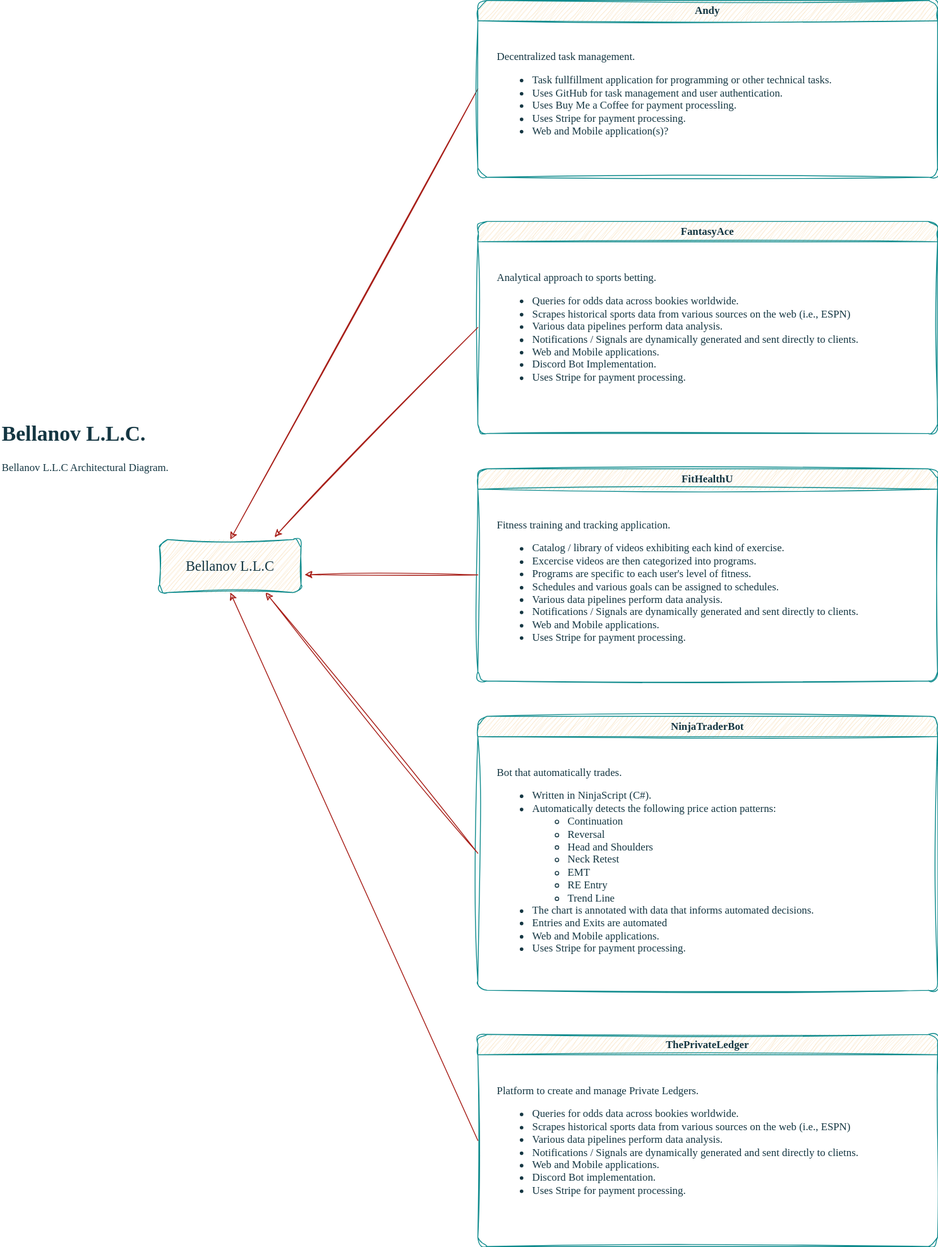
Earlier version of the draw.io export diagrams/Architecture.svg (bellanov/bellanov-llc). Source tidied: cells renumbered, new cells last; positions are measured from the earlier drawing's top-left corner, leaving out a move shared by most shapes.
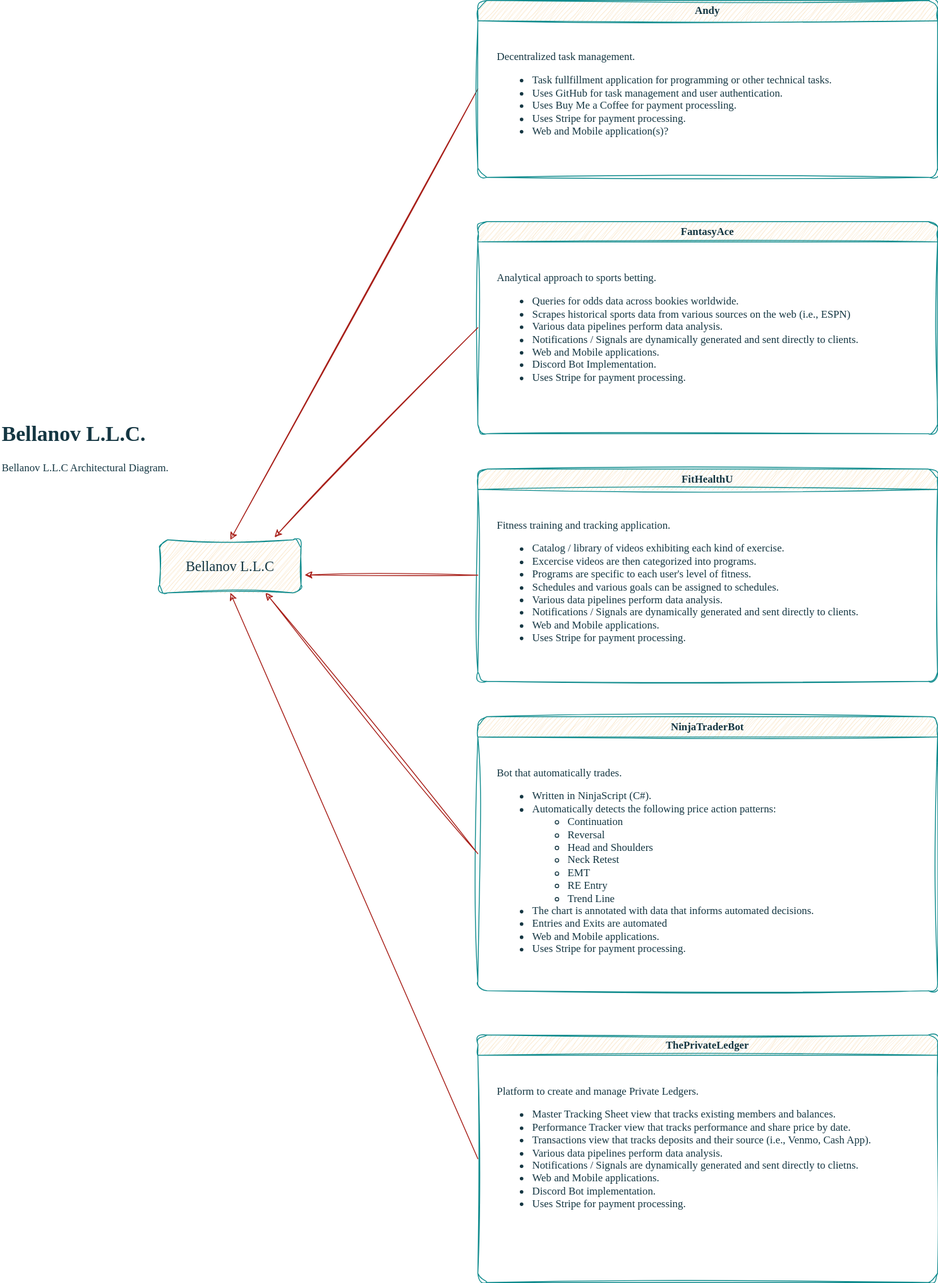
After the commit.

Diff of the diagram source:
```diff
@@ -21,9 +21,9 @@
       <mxGeometry x="20" y="50" width="480" height="170" as="geometry" />
     </mxCell>
     <mxCell id="8" value="ThePrivateLedger" style="swimlane;whiteSpace=wrap;html=1;sketch=1;hachureGap=4;jiggle=2;curveFitting=1;fontFamily=Verdana;labelBackgroundColor=none;fillColor=#FAE5C7;strokeColor=#0F8B8D;fontColor=#143642;rounded=1;" parent="1" vertex="1">
-      <mxGeometry x="540" y="1170" width="520" height="240" as="geometry" />
+      <mxGeometry x="540" y="1170" width="520" height="280" as="geometry" />
     </mxCell>
-    <mxCell id="9" value="&lt;div&gt;Platform to create and manage Private Ledgers.&lt;/div&gt;&lt;div&gt;&lt;ul&gt;&lt;li&gt;Queries for odds data across bookies worldwide.&lt;/li&gt;&lt;li&gt;Scrapes historical sports data from various sources on the web (i.e., ESPN)&lt;/li&gt;&lt;li&gt;Various data pipelines perform data analysis.&lt;/li&gt;&lt;li&gt;Notifications / Signals are dynamically generated and sent directly to clietns.&lt;/li&gt;&lt;li&gt;Web and Mobile applications.&lt;/li&gt;&lt;li&gt;Discord Bot implementation.&lt;/li&gt;&lt;li&gt;Uses Stripe for payment processing.&lt;/li&gt;&lt;/ul&gt;&lt;/div&gt;" style="text;html=1;whiteSpace=wrap;strokeColor=none;fillColor=none;align=left;verticalAlign=top;rounded=1;fontFamily=Lucida Console;labelBackgroundColor=none;fontColor=#143642;" parent="8" vertex="1">
+    <mxCell id="9" value="&lt;div&gt;Platform to create and manage Private Ledgers.&lt;/div&gt;&lt;div&gt;&lt;ul&gt;&lt;li&gt;Master Tracking Sheet view that tracks existing members and balances.&lt;/li&gt;&lt;li&gt;Performance Tracker view that tracks performance and share price by date.&lt;/li&gt;&lt;li&gt;Transactions view that tracks deposits and their source (i.e., Venmo, Cash App).&lt;/li&gt;&lt;li&gt;Various data pipelines perform data analysis.&lt;/li&gt;&lt;li&gt;Notifications / Signals are dynamically generated and sent directly to clietns.&lt;/li&gt;&lt;li&gt;Web and Mobile applications.&lt;/li&gt;&lt;li&gt;Discord Bot implementation.&lt;/li&gt;&lt;li&gt;Uses Stripe for payment processing.&lt;/li&gt;&lt;/ul&gt;&lt;/div&gt;" style="text;html=1;whiteSpace=wrap;strokeColor=none;fillColor=none;align=left;verticalAlign=top;rounded=1;fontFamily=Lucida Console;labelBackgroundColor=none;fontColor=#143642;" parent="8" vertex="1">
       <mxGeometry x="20" y="50" width="480" height="180" as="geometry" />
     </mxCell>
     <mxCell id="10" value="FitHealthU" style="swimlane;whiteSpace=wrap;html=1;sketch=1;hachureGap=4;jiggle=2;curveFitting=1;fontFamily=Verdana;labelBackgroundColor=none;fillColor=#FAE5C7;strokeColor=#0F8B8D;fontColor=#143642;rounded=1;" parent="1" vertex="1">
```
